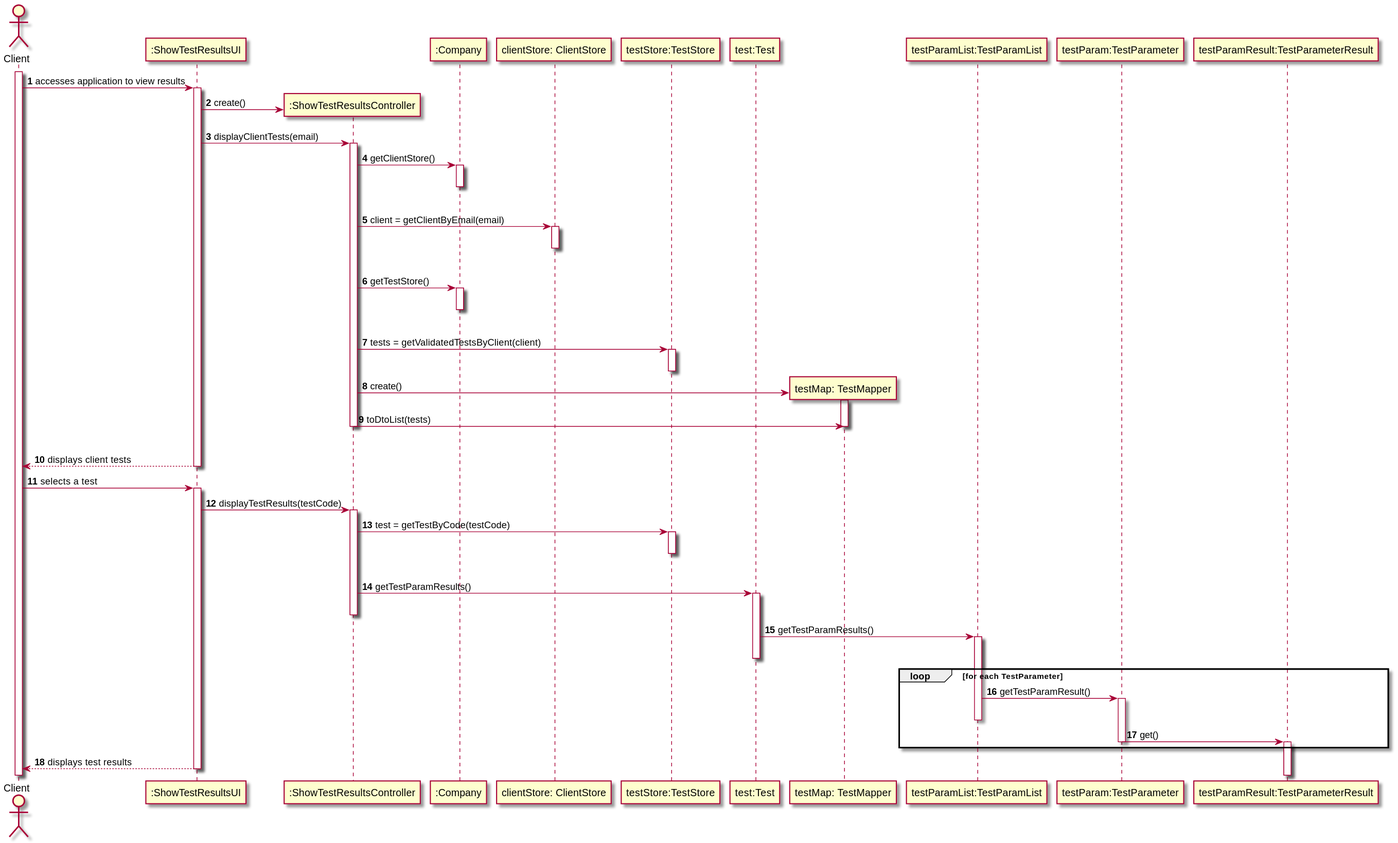
Above: docs/SprintD/US1/US1_SD.svg in MadDinosaur/ISEP-LAPR2 (PlantUML), before the change. Its diagram source:
```plantuml
@startuml
autonumber

actor Client as cli
participant ":ShowTestResultsUI" as ui
participant ":ShowTestResultsController" as controller
participant ":Company" as company
participant "clientStore: ClientStore" as cstore
participant "testStore:TestStore" as tstore
participant "test:Test" as test
participant "testMap: TestMapper" as tmap
participant "testParamList:TestParamList" as testparamls
participant "testParam:TestParameter" as testparam
participant "testParamResult:TestParameterResult" as testparamres

activate cli
cli -> ui : accesses application to view results
activate ui
create controller
ui -> controller : create()
ui -> controller : displayClientTests(email)
activate controller
controller -> company : getClientStore()
activate company
|||
deactivate company
controller -> cstore : client = getClientByEmail(email)
activate cstore
|||
deactivate cstore
controller -> company : getTestStore()
activate company
|||
deactivate company
controller -> tstore : tests = getValidatedTestsByClient(client)
activate tstore
deactivate tstore
create tmap
controller -> tmap : create()
activate tmap
controller -> tmap : toDtoList(tests)
deactivate tmap
|||
deactivate tstore
deactivate controller
ui --> cli : displays client tests
deactivate ui
cli -> ui : selects a test
activate ui
ui -> controller : displayTestResults(testCode)
activate controller
controller -> tstore : test = getTestByCode(testCode)
activate tstore
|||
deactivate tstore
controller -> test : getTestParamResults()
activate test
deactivate controller
test -> testparamls : getTestParamResults()
activate testparamls
deactivate test
loop for each TestParameter
testparamls -> testparam : getTestParamResult()
activate testparam
deactivate testparamls
testparam -> testparamres : get()
deactivate testparam
activate testparamres
deactivate testparamres
end loop
ui --> cli : displays test results
deactivate ui
@enduml
```
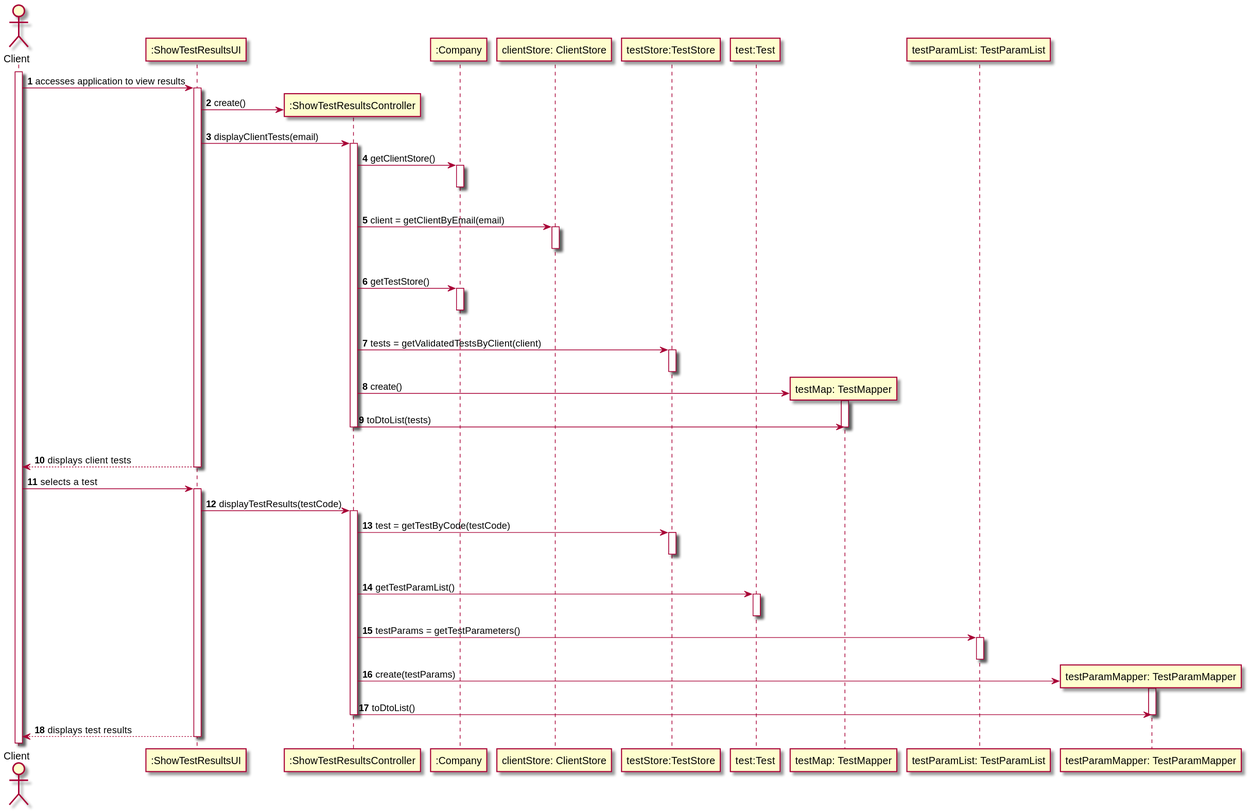
After the commit.

The edit, as a diff of the source:
```diff
@@ -9,9 +9,8 @@
 participant "testStore:TestStore" as tstore
 participant "test:Test" as test
 participant "testMap: TestMapper" as tmap
-participant "testParamList:TestParamList" as testparamls
-participant "testParam:TestParameter" as testparam
-participant "testParamResult:TestParameterResult" as testparamres
+participant "testParamList: TestParamList" as testparamls
+participant "testParamMapper: TestParamMapper" as tpmap
 
 activate cli
 cli -> ui : accesses application to view results
@@ -53,21 +52,20 @@
 activate tstore
 |||
 deactivate tstore
-controller -> test : getTestParamResults()
+controller -> test : getTestParamList()
 activate test
+deactivate test
+controller -> testparamls : testParams = getTestParameters()
+activate testparamls
+deactivate testparamls
+create tpmap
+controller -> tpmap : create(testParams)
+activate tpmap
+controller -> tpmap : toDtoList()
+deactivate tpmap
+
 deactivate controller
-test -> testparamls : getTestParamResults()
-activate testparamls
-deactivate test
-loop for each TestParameter
-testparamls -> testparam : getTestParamResult()
-activate testparam
-deactivate testparamls
-testparam -> testparamres : get()
-deactivate testparam
-activate testparamres
-deactivate testparamres
-end loop
+
 ui --> cli : displays test results
 deactivate ui
 @enduml
```
